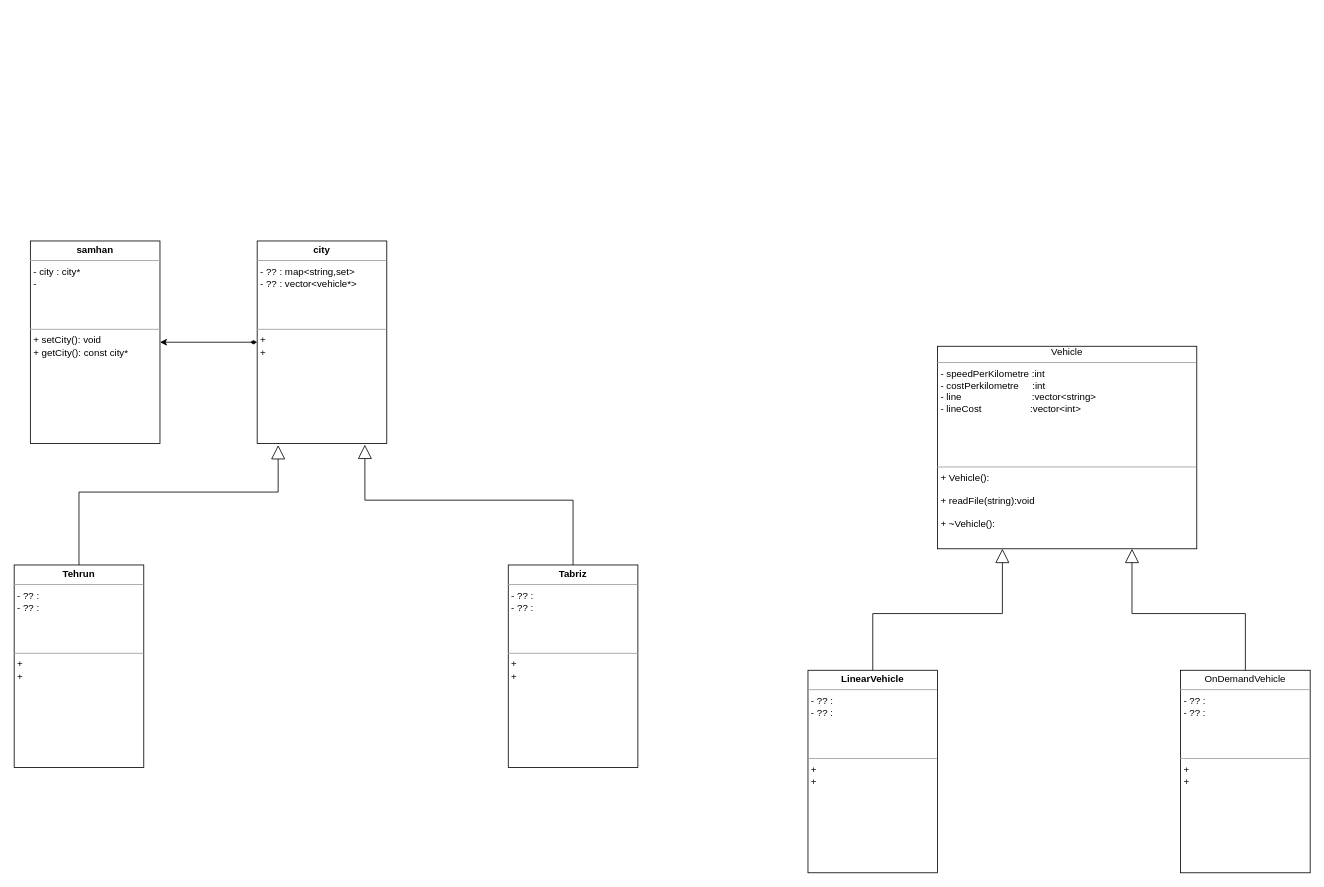
DKeshavarz/DataStructureProject keeps this draw.io diagram as projectDocs/uml.drawio. Above is the earlier version. Source tidied: cells renumbered, new cells numbered last; positions are measured from the earlier drawing's top-left corner, leaving out a move shared by most shapes. Both pictures are drawn from the tidied source at 81%, with x=0, y=0 at pixel (14, 241).
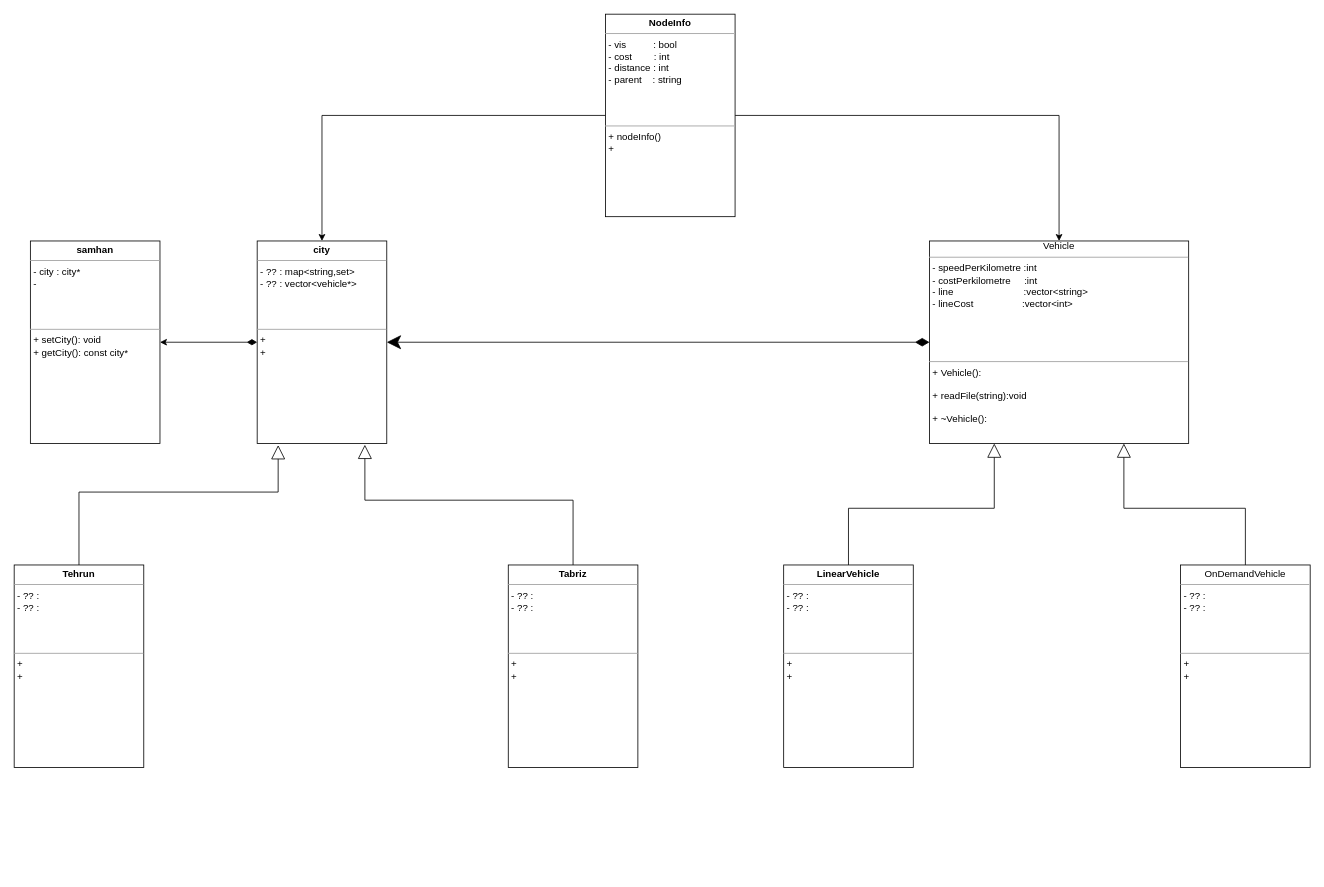
The same page after the edit.

Commit message:
creat nodeInfo uml

The change refers to these unchanged cells:
```xml
<mxCell id="2" value="&lt;p style=&quot;margin:0px;margin-top:4px;text-align:center;&quot;&gt;&lt;b&gt;samhan&lt;/b&gt;&lt;br&gt;&lt;/p&gt;&lt;hr size=&quot;1&quot;&gt;&lt;p style=&quot;margin:0px;margin-left:4px;&quot;&gt;- city : city*&lt;/p&gt;&lt;p style=&quot;margin:0px;margin-left:4px;&quot;&gt;-&lt;br&gt;&lt;/p&gt;&lt;p style=&quot;margin:0px;margin-left:4px;&quot;&gt;&lt;br&gt;&lt;/p&gt;&lt;p style=&quot;margin:0px;margin-left:4px;&quot;&gt;&lt;br&gt;&lt;/p&gt;&lt;p style=&quot;margin:0px;margin-left:4px;&quot;&gt;&lt;br&gt;&lt;/p&gt;&lt;hr size=&quot;1&quot;&gt;&lt;p style=&quot;margin:0px;margin-left:4px;&quot;&gt;+ setCity(): void&lt;br&gt;&lt;/p&gt;&lt;p style=&quot;margin:0px;margin-left:4px;&quot;&gt;+ getCity(): const city*&lt;/p&gt;&lt;p style=&quot;margin:0px;margin-left:4px;&quot;&gt;&lt;br&gt;&lt;/p&gt;" style="verticalAlign=top;align=left;overflow=fill;fontSize=12;fontFamily=Helvetica;html=1;whiteSpace=wrap;" parent="1" vertex="1">
  <mxGeometry x="20" width="160" height="250" as="geometry" />
</mxCell>
<mxCell id="4" value="&lt;p style=&quot;margin:0px;margin-top:4px;text-align:center;&quot;&gt;&lt;b&gt;city&lt;/b&gt;&lt;br&gt;&lt;/p&gt;&lt;hr size=&quot;1&quot;&gt;&lt;p style=&quot;margin:0px;margin-left:4px;&quot;&gt;- ?? : map&amp;lt;string,set&amp;gt;&lt;/p&gt;&lt;p style=&quot;margin:0px;margin-left:4px;&quot;&gt;- ?? : vector&amp;lt;vehicle*&amp;gt;&lt;br&gt;&lt;/p&gt;&lt;p style=&quot;margin:0px;margin-left:4px;&quot;&gt;&lt;br&gt;&lt;/p&gt;&lt;p style=&quot;margin:0px;margin-left:4px;&quot;&gt;&lt;br&gt;&lt;/p&gt;&lt;p style=&quot;margin:0px;margin-left:4px;&quot;&gt;&lt;br&gt;&lt;/p&gt;&lt;hr size=&quot;1&quot;&gt;&lt;p style=&quot;margin:0px;margin-left:4px;&quot;&gt;+ &lt;br&gt;&lt;/p&gt;&lt;p style=&quot;margin:0px;margin-left:4px;&quot;&gt;+ &lt;/p&gt;&lt;p style=&quot;margin:0px;margin-left:4px;&quot;&gt;&lt;br&gt;&lt;/p&gt;" style="verticalAlign=top;align=left;overflow=fill;fontSize=12;fontFamily=Helvetica;html=1;whiteSpace=wrap;" parent="1" vertex="1">
  <mxGeometry x="300" width="160" height="250" as="geometry" />
</mxCell>
```

Change to the diagram source:
```diff
@@
-    <mxCell id="3" style="edgeStyle=orthogonalEdgeStyle;rounded=0;jettySize=auto;html=1;exitX=0;exitY=0.5;exitDx=0;exitDy=0;entryX=1;entryY=0.5;entryDx=0;entryDy=0;startArrow=diamondThin;startFill=1;sourcePerimeterSpacing=15;targetPerimeterSpacing=10;" parent="1" edge="1" source="4" target="2">
+    <mxCell id="3" style="edgeStyle=orthogonalEdgeStyle;rounded=0;jettySize=auto;html=1;exitX=0;exitY=0.5;exitDx=0;exitDy=0;entryX=1;entryY=0.5;entryDx=0;entryDy=0;startArrow=diamondThin;startFill=1;sourcePerimeterSpacing=10;targetPerimeterSpacing=10;startSize=10;" parent="1" edge="1" source="4" target="2">
       <mxGeometry relative="1" as="geometry" />
     </mxCell>
@@
+    <mxCell id="14" style="edgeStyle=orthogonalEdgeStyle;rounded=0;jettySize=auto;html=1;exitX=0;exitY=0.5;exitDx=0;exitDy=0;entryX=1;entryY=0.5;entryDx=0;entryDy=0;startArrow=diamondThin;startFill=1;endSize=15;startSize=15;" parent="1" edge="1" source="9" target="4">
+      <mxGeometry relative="1" as="geometry" />
+    </mxCell>
     <mxCell id="9" value="&lt;div align=&quot;center&quot;&gt;Vehicle&lt;br&gt;&lt;/div&gt;&lt;p style=&quot;margin:0px;margin-top:4px;text-align:center;&quot;&gt;&lt;/p&gt;&lt;hr size=&quot;1&quot;&gt;&lt;p style=&quot;margin:0px;margin-left:4px;&quot;&gt;- speedPerKilometre :int&lt;br&gt;&lt;/p&gt;&lt;p style=&quot;margin:0px;margin-left:4px;&quot;&gt;- costPerkilometre&amp;nbsp; &amp;nbsp;&amp;nbsp; :int &amp;nbsp;&amp;nbsp;&amp;nbsp;&amp;nbsp;&amp;nbsp;&amp;nbsp;&amp;nbsp;&amp;nbsp;&amp;nbsp;&amp;nbsp;&amp;nbsp;&amp;nbsp; &lt;br&gt;&lt;/p&gt;&lt;p style=&quot;margin:0px;margin-left:4px;&quot;&gt;- line&amp;nbsp;&amp;nbsp;&amp;nbsp;&amp;nbsp;&amp;nbsp;&amp;nbsp;&amp;nbsp;&amp;nbsp;&amp;nbsp;&amp;nbsp;&amp;nbsp;&amp;nbsp;&amp;nbsp;&amp;nbsp;&amp;nbsp;&amp;nbsp;&amp;nbsp;&amp;nbsp;&amp;nbsp;&amp;nbsp;&amp;nbsp;&amp;nbsp;&amp;nbsp;&amp;nbsp;&amp;nbsp; :vector&amp;lt;string&amp;gt;&lt;/p&gt;&lt;p style=&quot;margin:0px;margin-left:4px;&quot;&gt;- lineCost&amp;nbsp;&amp;nbsp;&amp;nbsp;&amp;nbsp;&amp;nbsp;&amp;nbsp;&amp;nbsp;&amp;nbsp;&amp;nbsp;&amp;nbsp;&amp;nbsp;&amp;nbsp;&amp;nbsp;&amp;nbsp;&amp;nbsp;&amp;nbsp;&amp;nbsp; :vector&amp;lt;int&amp;gt;&amp;nbsp; &lt;br&gt;&lt;/p&gt;&lt;p style=&quot;margin:0px;margin-left:4px;&quot;&gt;&lt;br&gt;&lt;/p&gt;&lt;p style=&quot;margin:0px;margin-left:4px;&quot;&gt;&lt;br&gt;&lt;/p&gt;&lt;p style=&quot;margin:0px;margin-left:4px;&quot;&gt;&lt;br&gt;&lt;/p&gt;&lt;p style=&quot;margin:0px;margin-left:4px;&quot;&gt;&lt;br&gt;&lt;/p&gt;&lt;hr size=&quot;1&quot;&gt;&lt;p style=&quot;margin:0px;margin-left:4px;&quot;&gt;+ Vehicle():&lt;/p&gt;&lt;p style=&quot;margin:0px;margin-left:4px;&quot;&gt;&lt;br&gt;&lt;/p&gt;&lt;p style=&quot;margin:0px;margin-left:4px;&quot;&gt;+ readFile(string):void&lt;/p&gt;&lt;p style=&quot;margin:0px;margin-left:4px;&quot;&gt;&lt;br&gt;&lt;/p&gt;&lt;p style=&quot;margin:0px;margin-left:4px;&quot;&gt;+ ~Vehicle():&lt;/p&gt;&lt;p style=&quot;margin:0px;margin-left:4px;&quot;&gt;&lt;br&gt;&lt;/p&gt;" style="verticalAlign=top;align=left;overflow=fill;fontSize=12;fontFamily=Helvetica;html=1;whiteSpace=wrap;" parent="1" vertex="1">
-      <mxGeometry x="1140" y="130" width="320" height="250" as="geometry" />
+      <mxGeometry x="1130" width="320" height="250" as="geometry" />
     </mxCell>
@@
     <mxCell id="11" value="&lt;p style=&quot;margin:0px;margin-top:4px;text-align:center;&quot;&gt;&lt;b&gt;LinearVehicle&lt;/b&gt;&lt;br&gt;&lt;/p&gt;&lt;hr size=&quot;1&quot;&gt;&lt;p style=&quot;margin:0px;margin-left:4px;&quot;&gt;- ?? : &lt;/p&gt;&lt;p style=&quot;margin:0px;margin-left:4px;&quot;&gt;- ?? : &lt;br&gt;&lt;/p&gt;&lt;p style=&quot;margin:0px;margin-left:4px;&quot;&gt;&lt;br&gt;&lt;/p&gt;&lt;p style=&quot;margin:0px;margin-left:4px;&quot;&gt;&lt;br&gt;&lt;/p&gt;&lt;p style=&quot;margin:0px;margin-left:4px;&quot;&gt;&lt;br&gt;&lt;/p&gt;&lt;hr size=&quot;1&quot;&gt;&lt;p style=&quot;margin:0px;margin-left:4px;&quot;&gt;+ &lt;br&gt;&lt;/p&gt;&lt;p style=&quot;margin:0px;margin-left:4px;&quot;&gt;+ &lt;/p&gt;&lt;p style=&quot;margin:0px;margin-left:4px;&quot;&gt;&lt;br&gt;&lt;/p&gt;" style="verticalAlign=top;align=left;overflow=fill;fontSize=12;fontFamily=Helvetica;html=1;whiteSpace=wrap;" parent="1" vertex="1">
-      <mxGeometry x="980" y="530" width="160" height="250" as="geometry" />
+      <mxGeometry x="950" y="400" width="160" height="250" as="geometry" />
     </mxCell>
@@
     <mxCell id="13" value="&lt;p style=&quot;margin:0px;margin-top:4px;text-align:center;&quot;&gt;OnDemandVehicle&lt;br&gt;&lt;/p&gt;&lt;hr size=&quot;1&quot;&gt;&lt;p style=&quot;margin:0px;margin-left:4px;&quot;&gt;- ?? : &lt;/p&gt;&lt;p style=&quot;margin:0px;margin-left:4px;&quot;&gt;- ?? : &lt;br&gt;&lt;/p&gt;&lt;p style=&quot;margin:0px;margin-left:4px;&quot;&gt;&lt;br&gt;&lt;/p&gt;&lt;p style=&quot;margin:0px;margin-left:4px;&quot;&gt;&lt;br&gt;&lt;/p&gt;&lt;p style=&quot;margin:0px;margin-left:4px;&quot;&gt;&lt;br&gt;&lt;/p&gt;&lt;hr size=&quot;1&quot;&gt;&lt;p style=&quot;margin:0px;margin-left:4px;&quot;&gt;+ &lt;br&gt;&lt;/p&gt;&lt;p style=&quot;margin:0px;margin-left:4px;&quot;&gt;+ &lt;/p&gt;&lt;p style=&quot;margin:0px;margin-left:4px;&quot;&gt;&lt;br&gt;&lt;/p&gt;" style="verticalAlign=top;align=left;overflow=fill;fontSize=12;fontFamily=Helvetica;html=1;whiteSpace=wrap;" parent="1" vertex="1">
-      <mxGeometry x="1440" y="530" width="160" height="250" as="geometry" />
+      <mxGeometry x="1440" y="400" width="160" height="250" as="geometry" />
     </mxCell>
+    <mxCell id="15" style="edgeStyle=orthogonalEdgeStyle;rounded=0;jettySize=auto;html=1;exitX=1;exitY=0.5;exitDx=0;exitDy=0;entryX=0.5;entryY=0;entryDx=0;entryDy=0;" parent="1" edge="1" source="17" target="9">
+      <mxGeometry relative="1" as="geometry" />
+    </mxCell>
+    <mxCell id="16" style="edgeStyle=orthogonalEdgeStyle;rounded=0;jettySize=auto;html=1;exitX=0;exitY=0.5;exitDx=0;exitDy=0;entryX=0.5;entryY=0;entryDx=0;entryDy=0;" parent="1" edge="1" source="17" target="4">
+      <mxGeometry relative="1" as="geometry" />
+    </mxCell>
+    <mxCell id="17" value="&lt;p style=&quot;margin:0px;margin-top:4px;text-align:center;&quot;&gt;&lt;b&gt;NodeInfo&lt;/b&gt;&lt;br&gt;&lt;/p&gt;&lt;hr size=&quot;1&quot;&gt;&lt;p style=&quot;margin:0px;margin-left:4px;&quot;&gt;- vis&amp;nbsp;&amp;nbsp;&amp;nbsp; &amp;nbsp; &amp;nbsp; &amp;nbsp; : bool&lt;/p&gt;&lt;p style=&quot;margin:0px;margin-left:4px;&quot;&gt;- cost&amp;nbsp;&amp;nbsp;&amp;nbsp;&amp;nbsp;&amp;nbsp;&amp;nbsp;&amp;nbsp; : int &lt;br&gt;&lt;/p&gt;&lt;p style=&quot;margin:0px;margin-left:4px;&quot;&gt;- distance : int&lt;br&gt;&lt;/p&gt;&lt;p style=&quot;margin:0px;margin-left:4px;&quot;&gt;- parent&amp;nbsp;&amp;nbsp;&amp;nbsp; : string&lt;br&gt;&lt;/p&gt;&lt;p style=&quot;margin:0px;margin-left:4px;&quot;&gt;&lt;br&gt;&lt;/p&gt;&lt;p style=&quot;margin:0px;margin-left:4px;&quot;&gt;&lt;br&gt;&lt;/p&gt;&lt;p style=&quot;margin:0px;margin-left:4px;&quot;&gt;&lt;br&gt;&lt;/p&gt;&lt;hr size=&quot;1&quot;&gt;&lt;p style=&quot;margin:0px;margin-left:4px;&quot;&gt;+ nodeInfo()&lt;br&gt;&lt;/p&gt;&lt;p style=&quot;margin:0px;margin-left:4px;&quot;&gt;+ &lt;/p&gt;&lt;p style=&quot;margin:0px;margin-left:4px;&quot;&gt;&lt;br&gt;&lt;/p&gt;" style="verticalAlign=top;align=left;overflow=fill;fontSize=12;fontFamily=Helvetica;html=1;whiteSpace=wrap;" parent="1" vertex="1">
+      <mxGeometry x="730" y="-280" width="160" height="250" as="geometry" />
+    </mxCell>
```
